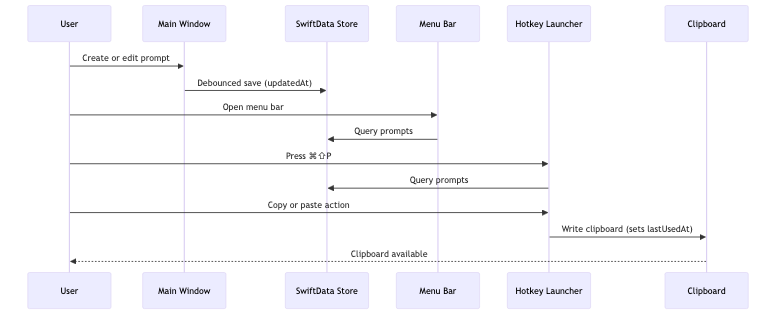
Earlier version of the Mermaid export docs/diagrams/exports/prompt-lifecycle.png (JonathanDumitru/Pault). Its source is kept beside it as docs/diagrams/prompt-lifecycle.mmd. The source it was exported from:
```mermaid
sequenceDiagram
    participant U as User
    participant MW as Main Window
    participant SD as SwiftData Store
    participant MB as Menu Bar
    participant HK as Hotkey Launcher
    participant CB as Clipboard

    U->>MW: Create or edit prompt
    MW->>SD: Debounced save (updatedAt)

    U->>MB: Open menu bar
    MB->>SD: Query prompts

    U->>HK: Press ⌘⇧P
    HK->>SD: Query prompts

    U->>HK: Copy or paste action
    HK->>CB: Write clipboard (sets lastUsedAt)
    CB-->>U: Clipboard available
```
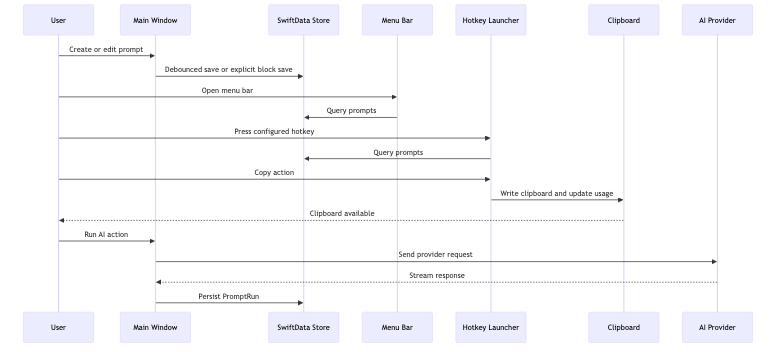
After the commit.

The edit, as a diff of the source:
```diff
@@ -5,16 +5,22 @@
     participant MB as Menu Bar
     participant HK as Hotkey Launcher
     participant CB as Clipboard
+    participant AI as AI Provider
 
     U->>MW: Create or edit prompt
-    MW->>SD: Debounced save (updatedAt)
+    MW->>SD: Debounced save or explicit block save
 
     U->>MB: Open menu bar
     MB->>SD: Query prompts
 
-    U->>HK: Press ⌘⇧P
+    U->>HK: Press configured hotkey
     HK->>SD: Query prompts
 
-    U->>HK: Copy or paste action
-    HK->>CB: Write clipboard (sets lastUsedAt)
+    U->>HK: Copy action
+    HK->>CB: Write clipboard and update usage
     CB-->>U: Clipboard available
+
+    U->>MW: Run AI action
+    MW->>AI: Send provider request
+    AI-->>MW: Stream response
+    MW->>SD: Persist PromptRun
```
